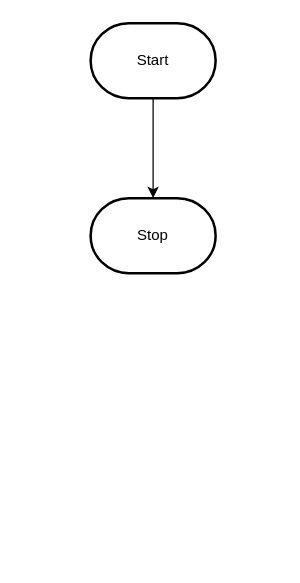
Earlier version of the draw.io diagram design/flowchart.drawio (MTHS-ICD2O-1-2023/ICD2O-Unit-3-04-yoochan-han). Source tidied: cells renumbered, new cells numbered last; positions are measured from the earlier drawing's top-left corner, leaving out a move shared by most shapes. Both pictures are drawn from the tidied source at 125%, with x=0, y=0 at pixel (90, 22).
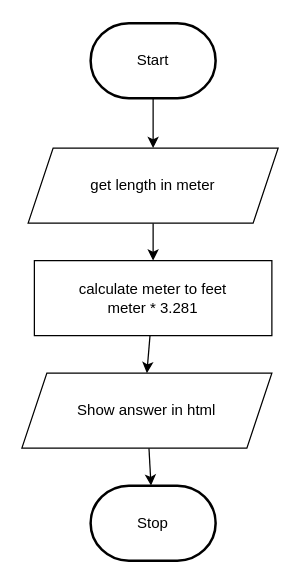
Above is the later version.

What changed in the source:
```diff
@@
 <mxGraphModel>
   <root>
     <mxCell id="0" />
     <mxCell id="1" parent="0" />
-    <mxCell id="2" style="edgeStyle=orthogonalEdgeStyle;html=1;rounded=0;" parent="1" edge="1" source="3" target="4">
-      <mxGeometry relative="1" as="geometry" />
-    </mxCell>
+    <mxCell id="5" style="edgeStyle=none;html=1;exitX=0.5;exitY=1;exitDx=0;exitDy=0;exitPerimeter=0;entryX=0.5;entryY=0;entryDx=0;entryDy=0;" parent="1" edge="1" source="3" target="2">
+      <mxGeometry relative="1" as="geometry" />
+    </mxCell>
     <mxCell id="3" value="Start" style="strokeWidth=2;html=1;shape=mxgraph.flowchart.terminator;whiteSpace=wrap;" parent="1" vertex="1">
       <mxGeometry width="100" height="60" as="geometry" />
     </mxCell>
     <mxCell id="4" value="Stop" style="strokeWidth=2;html=1;shape=mxgraph.flowchart.terminator;whiteSpace=wrap;" parent="1" vertex="1">
-      <mxGeometry y="140" width="100" height="60" as="geometry" />
+      <mxGeometry y="370" width="100" height="60" as="geometry" />
     </mxCell>
+    <mxCell id="6" style="edgeStyle=none;html=1;entryX=0.5;entryY=0;entryDx=0;entryDy=0;" parent="1" edge="1" source="2" target="8">
+      <mxGeometry relative="1" as="geometry" />
+    </mxCell>
+    <mxCell id="2" value="get length in meter" style="shape=parallelogram;perimeter=parallelogramPerimeter;whiteSpace=wrap;html=1;fixedSize=1;" parent="1" vertex="1">
+      <mxGeometry x="-50" y="100" width="200" height="60" as="geometry" />
+    </mxCell>
+    <mxCell id="7" style="edgeStyle=none;html=1;entryX=0.5;entryY=0;entryDx=0;entryDy=0;" parent="1" edge="1" source="8" target="10">
+      <mxGeometry relative="1" as="geometry" />
+    </mxCell>
+    <mxCell id="8" value="calculate meter to feet&lt;br&gt;meter * 3.281" style="rounded=0;whiteSpace=wrap;html=1;" parent="1" vertex="1">
+      <mxGeometry x="-45" y="190" width="190" height="60" as="geometry" />
+    </mxCell>
+    <mxCell id="9" style="edgeStyle=none;html=1;" parent="1" edge="1" source="10" target="4">
+      <mxGeometry relative="1" as="geometry" />
+    </mxCell>
+    <mxCell id="10" value="Show answer in html" style="shape=parallelogram;perimeter=parallelogramPerimeter;whiteSpace=wrap;html=1;fixedSize=1;" parent="1" vertex="1">
+      <mxGeometry x="-55" y="280" width="200" height="60" as="geometry" />
+    </mxCell>
   </root>
 </mxGraphModel>
```
